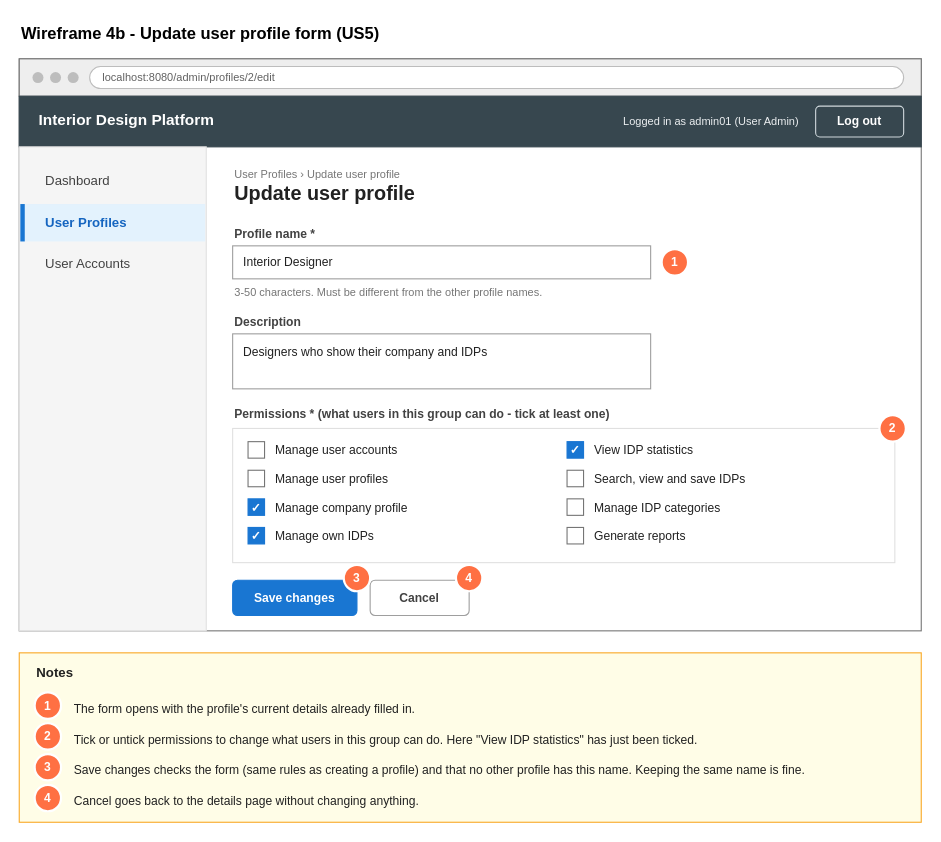
The draw.io diagram page "4b Wireframe - Update user profile form" (3 of 7) of Sprint_1/US5 - Update user profile/US5 Update user profile.drawio in Hanzxc/CSIT314-ARCHSS, before the edit. Source tidied: cells renumbered, new cells numbered last; positions are measured from the earlier drawing's top-left corner, leaving out a move shared by most shapes. Both pictures are drawn from the tidied source at 110%, with x=0, y=0 at pixel (19, 19).
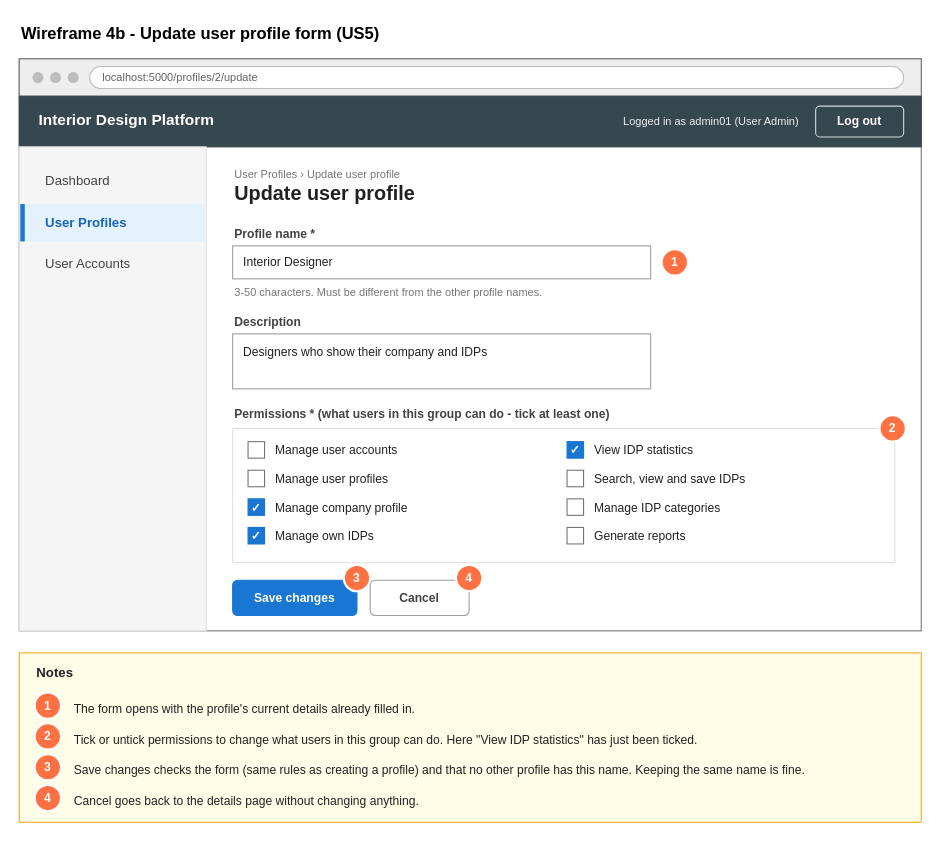
The same page after the edit.

The edit, as a diff of the source:
```diff
@@
-    <mxCell id="8" value="localhost:8080/admin/profiles/2/edit" style="rounded=1;whiteSpace=wrap;html=1;fillColor=#FFFFFF;strokeColor=#BDBDBD;fontSize=10;fontColor=#616161;align=left;spacingLeft=10;arcSize=50;" parent="1" vertex="1">
+    <mxCell id="8" value="localhost:5000/profiles/2/update" style="rounded=1;whiteSpace=wrap;html=1;fillColor=#FFFFFF;strokeColor=#BDBDBD;fontSize=10;fontColor=#616161;align=left;spacingLeft=10;arcSize=50;" parent="1" vertex="1">
       <mxGeometry x="64" y="43" width="740" height="20" as="geometry" />
     </mxCell>
```
